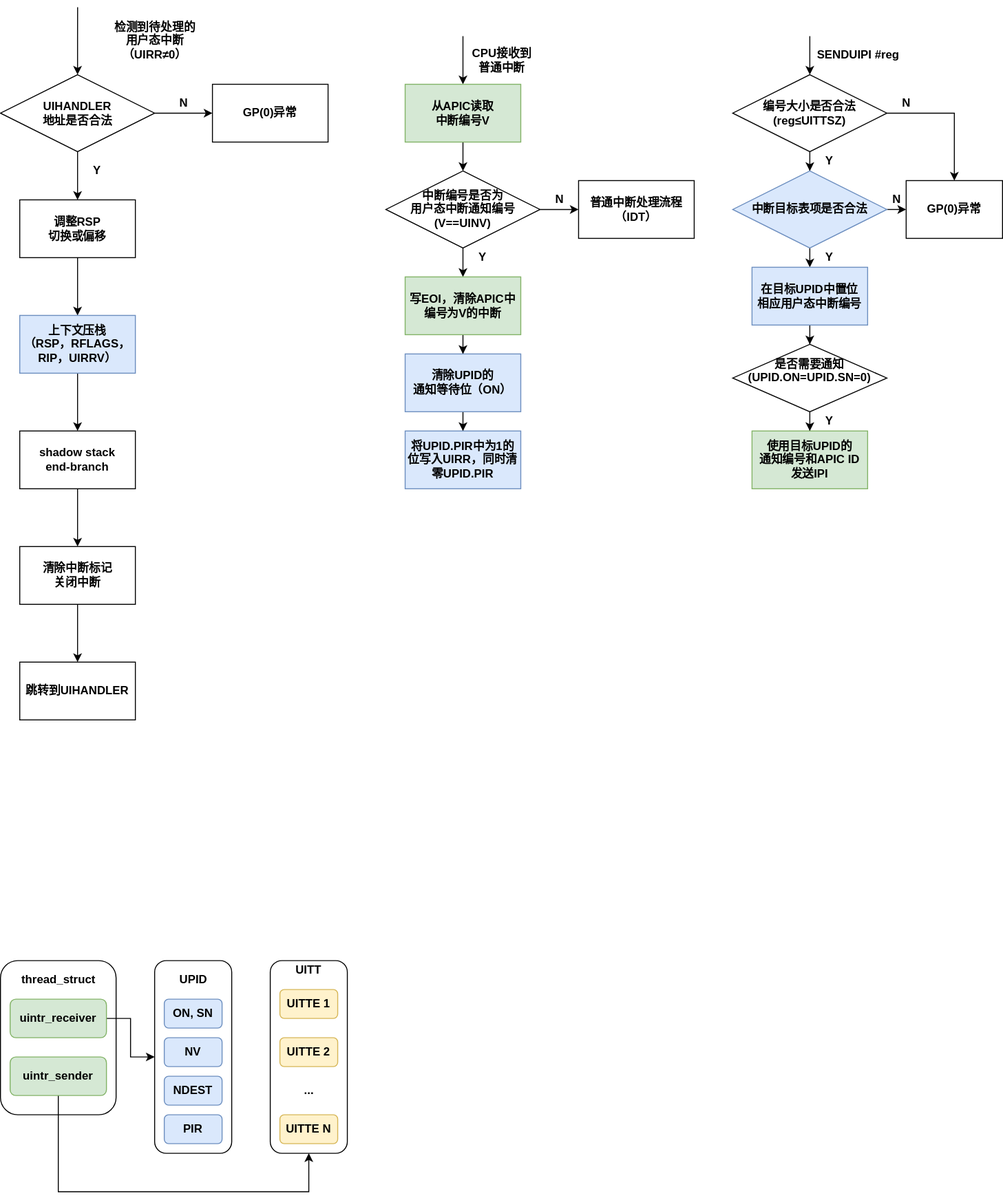
Earlier version of the draw.io export assets/intel-uintr/notification.svg (Gallium70/rv-n-ext-impl). Source tidied: cells renumbered, new cells last; positions are measured from the earlier drawing's top-left corner, leaving out a move shared by most shapes.
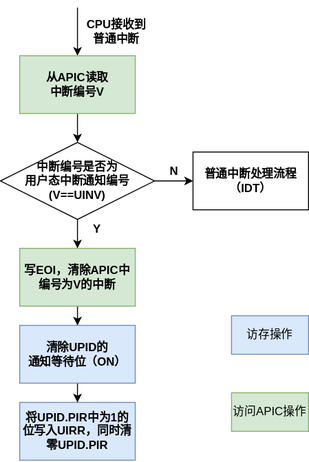
Later version of the same file.

What changed in the source:
```diff
@@ -2,70 +2,11 @@
   <root>
     <mxCell id="0" />
     <mxCell id="1" parent="0" />
-    <mxCell id="2" style="rounded=1;whiteSpace=wrap;html=1;fontStyle=1;" parent="1" vertex="1">
-      <mxGeometry x="280" y="990" width="80" height="200" as="geometry" />
-    </mxCell>
-    <mxCell id="3" style="rounded=1;whiteSpace=wrap;html=1;fontStyle=1;" parent="1" vertex="1">
-      <mxGeometry y="990" width="120" height="160" as="geometry" />
-    </mxCell>
-    <mxCell id="4" style="edgeStyle=orthogonalEdgeStyle;rounded=0;jettySize=auto;html=1;fontStyle=1;" parent="1" edge="1" source="5" target="14">
-      <mxGeometry relative="1" as="geometry" />
-    </mxCell>
-    <mxCell id="5" value="调整RSP&lt;br&gt;切换或偏移" style="rounded=0;whiteSpace=wrap;html=1;fontStyle=1;" parent="1" vertex="1">
-      <mxGeometry x="20" y="200" width="120" height="60" as="geometry" />
-    </mxCell>
-    <mxCell id="6" style="edgeStyle=orthogonalEdgeStyle;rounded=0;jettySize=auto;html=1;exitX=0.5;exitY=1;exitDx=0;exitDy=0;entryX=0.5;entryY=0;entryDx=0;entryDy=0;fontStyle=1;" parent="1" edge="1" source="9" target="5">
-      <mxGeometry relative="1" as="geometry" />
-    </mxCell>
-    <mxCell id="7" style="edgeStyle=orthogonalEdgeStyle;rounded=0;jettySize=auto;html=1;fontStyle=1;" parent="1" edge="1" source="9" target="11">
-      <mxGeometry relative="1" as="geometry" />
-    </mxCell>
-    <mxCell id="8" style="edgeStyle=orthogonalEdgeStyle;rounded=0;jettySize=auto;html=1;exitX=0.5;exitY=0;exitDx=0;exitDy=0;endArrow=none;endFill=0;startArrow=classic;startFill=1;fontStyle=1;" parent="1" edge="1" source="9">
-      <mxGeometry relative="1" as="geometry">
-        <mxPoint x="80.1" as="targetPoint" />
-      </mxGeometry>
-    </mxCell>
-    <mxCell id="9" value="UIHANDLER&lt;br&gt;地址是否合法" style="rhombus;whiteSpace=wrap;html=1;fontStyle=1;" parent="1" vertex="1">
-      <mxGeometry y="70" width="160" height="80" as="geometry" />
-    </mxCell>
-    <mxCell id="10" value="Y" style="text;html=1;align=center;verticalAlign=middle;strokeColor=none;fontStyle=1;" parent="1" vertex="1">
-      <mxGeometry x="90" y="160" width="20" height="20" as="geometry" />
-    </mxCell>
-    <mxCell id="11" value="GP(0)异常" style="whiteSpace=wrap;html=1;fontStyle=1;" parent="1" vertex="1">
-      <mxGeometry x="220" y="80" width="120" height="60" as="geometry" />
-    </mxCell>
-    <mxCell id="12" value="N" style="text;html=1;align=center;verticalAlign=middle;strokeColor=none;fontStyle=1;" parent="1" vertex="1">
-      <mxGeometry x="180" y="90" width="20" height="20" as="geometry" />
-    </mxCell>
-    <mxCell id="13" style="edgeStyle=orthogonalEdgeStyle;rounded=0;jettySize=auto;html=1;fontStyle=1;" parent="1" edge="1" source="14" target="16">
-      <mxGeometry relative="1" as="geometry" />
-    </mxCell>
-    <mxCell id="14" value="上下文压栈&lt;br&gt;（RSP，RFLAGS，RIP，UIRRV）" style="rounded=0;whiteSpace=wrap;html=1;fillColor=#dae8fc;strokeColor=#6c8ebf;fontStyle=1;" parent="1" vertex="1">
-      <mxGeometry x="20" y="320" width="120" height="60" as="geometry" />
-    </mxCell>
-    <mxCell id="15" style="edgeStyle=orthogonalEdgeStyle;rounded=0;jettySize=auto;html=1;fontStyle=1;" parent="1" edge="1" source="16" target="18">
-      <mxGeometry relative="1" as="geometry" />
-    </mxCell>
-    <mxCell id="16" value="shadow stack&lt;br&gt;end-branch" style="rounded=0;whiteSpace=wrap;html=1;fontStyle=1;" parent="1" vertex="1">
-      <mxGeometry x="20" y="440" width="120" height="60" as="geometry" />
-    </mxCell>
-    <mxCell id="17" style="edgeStyle=orthogonalEdgeStyle;rounded=0;jettySize=auto;html=1;fontStyle=1;" parent="1" edge="1" source="18" target="19">
-      <mxGeometry relative="1" as="geometry" />
-    </mxCell>
-    <mxCell id="18" value="清除中断标记&lt;br&gt;关闭中断" style="whiteSpace=wrap;html=1;rounded=0;fontStyle=1;" parent="1" vertex="1">
-      <mxGeometry x="20" y="560" width="120" height="60" as="geometry" />
-    </mxCell>
-    <mxCell id="19" value="跳转到UIHANDLER" style="whiteSpace=wrap;html=1;rounded=0;fontStyle=1;" parent="1" vertex="1">
-      <mxGeometry x="20" y="680" width="120" height="60" as="geometry" />
-    </mxCell>
-    <mxCell id="20" value="检测到待处理的&lt;br&gt;用户态中断&lt;br&gt;（UIRR≠0）" style="text;html=1;align=center;verticalAlign=middle;strokeColor=none;fontStyle=1;" parent="1" vertex="1">
-      <mxGeometry x="110" y="10" width="100" height="50" as="geometry" />
-    </mxCell>
-    <mxCell id="21" style="edgeStyle=orthogonalEdgeStyle;rounded=0;jettySize=auto;html=1;exitX=0.5;exitY=0;exitDx=0;exitDy=0;startArrow=classic;startFill=1;endArrow=none;endFill=0;fontStyle=1;" parent="1" edge="1" source="23">
-      <mxGeometry relative="1" as="geometry">
-        <mxPoint x="480" y="30" as="targetPoint" />
-      </mxGeometry>
-    </mxCell>
+    <mxCell id="71" style="edgeStyle=orthogonalEdgeStyle;rounded=0;jettySize=auto;html=1;exitX=0.5;exitY=0;exitDx=0;exitDy=0;startArrow=classic;startFill=1;endArrow=none;endFill=0;fontStyle=1;" parent="1" edge="1" source="23">
+      <mxGeometry relative="1" as="geometry">
+        <mxPoint x="480" y="30" as="targetPoint" />
+      </mxGeometry>
+    </mxCell>
     <mxCell id="22" style="edgeStyle=orthogonalEdgeStyle;rounded=0;jettySize=auto;html=1;exitX=0.5;exitY=1;exitDx=0;exitDy=0;entryX=0.5;entryY=0;entryDx=0;entryDy=0;startArrow=none;startFill=0;endArrow=classic;endFill=1;fontStyle=1;" parent="1" edge="1" source="23" target="27">
       <mxGeometry relative="1" as="geometry" />
     </mxCell>
@@ -108,121 +49,11 @@
     <mxCell id="35" value="将UPID.PIR中为1的位写入UIRR，同时清零UPID.PIR" style="whiteSpace=wrap;html=1;fillColor=#dae8fc;strokeColor=#6c8ebf;fontStyle=1;" parent="1" vertex="1">
       <mxGeometry x="420" y="440" width="120" height="60" as="geometry" />
     </mxCell>
-    <mxCell id="36" style="edgeStyle=orthogonalEdgeStyle;rounded=0;jettySize=auto;html=1;exitX=0.5;exitY=0;exitDx=0;exitDy=0;startArrow=classic;startFill=1;endArrow=none;endFill=0;fontStyle=1;" parent="1" edge="1" source="39">
-      <mxGeometry relative="1" as="geometry">
-        <mxPoint x="840" y="30" as="targetPoint" />
-      </mxGeometry>
-    </mxCell>
-    <mxCell id="37" style="edgeStyle=orthogonalEdgeStyle;rounded=0;jettySize=auto;html=1;startArrow=none;startFill=0;endArrow=classic;endFill=1;fontStyle=1;" parent="1" edge="1" source="39" target="41">
-      <mxGeometry relative="1" as="geometry" />
-    </mxCell>
-    <mxCell id="38" style="edgeStyle=orthogonalEdgeStyle;rounded=0;jettySize=auto;html=1;startArrow=none;startFill=0;endArrow=classic;endFill=1;fontStyle=1;" parent="1" edge="1" source="39" target="45">
-      <mxGeometry relative="1" as="geometry" />
-    </mxCell>
-    <mxCell id="39" value="编号大小是否合法&lt;br&gt;(reg≤UITTSZ)" style="rhombus;whiteSpace=wrap;html=1;fontStyle=1;" parent="1" vertex="1">
-      <mxGeometry x="760" y="70" width="160" height="80" as="geometry" />
-    </mxCell>
-    <mxCell id="40" value="SENDUIPI #reg" style="text;html=1;align=center;verticalAlign=middle;strokeColor=none;fontStyle=1;" parent="1" vertex="1">
-      <mxGeometry x="840" y="40" width="100" height="20" as="geometry" />
-    </mxCell>
-    <mxCell id="41" value="&lt;span&gt;GP(0)异常&lt;/span&gt;" style="whiteSpace=wrap;html=1;fontStyle=1;" parent="1" vertex="1">
-      <mxGeometry x="940" y="180" width="100" height="60" as="geometry" />
-    </mxCell>
-    <mxCell id="42" value="N" style="text;html=1;align=center;verticalAlign=middle;strokeColor=none;fontStyle=1;" parent="1" vertex="1">
-      <mxGeometry x="930" y="90" width="20" height="20" as="geometry" />
-    </mxCell>
-    <mxCell id="43" style="edgeStyle=orthogonalEdgeStyle;rounded=0;jettySize=auto;html=1;exitX=1;exitY=0.5;exitDx=0;exitDy=0;entryX=0;entryY=0.5;entryDx=0;entryDy=0;startArrow=none;startFill=0;endArrow=classic;endFill=1;fontStyle=1;" parent="1" edge="1" source="45" target="41">
-      <mxGeometry relative="1" as="geometry" />
-    </mxCell>
-    <mxCell id="44" style="edgeStyle=orthogonalEdgeStyle;rounded=0;jettySize=auto;html=1;startArrow=none;startFill=0;endArrow=classic;endFill=1;fontStyle=1;" parent="1" edge="1" target="49">
-      <mxGeometry relative="1" as="geometry">
-        <mxPoint x="840" y="240" as="sourcePoint" />
-      </mxGeometry>
-    </mxCell>
-    <mxCell id="45" value="中断目标表项是否合法" style="rhombus;whiteSpace=wrap;html=1;fillColor=#dae8fc;strokeColor=#6c8ebf;fontStyle=1;" parent="1" vertex="1">
-      <mxGeometry x="760" y="170" width="160" height="80" as="geometry" />
-    </mxCell>
-    <mxCell id="46" value="N" style="text;html=1;align=center;verticalAlign=middle;strokeColor=none;fontStyle=1;" parent="1" vertex="1">
-      <mxGeometry x="920" y="190" width="20" height="20" as="geometry" />
-    </mxCell>
-    <mxCell id="47" value="Y" style="text;html=1;align=center;verticalAlign=middle;strokeColor=none;fontStyle=1;" parent="1" vertex="1">
-      <mxGeometry x="850" y="150" width="20" height="20" as="geometry" />
-    </mxCell>
-    <mxCell id="48" style="edgeStyle=orthogonalEdgeStyle;rounded=0;jettySize=auto;html=1;startArrow=none;startFill=0;endArrow=classic;endFill=1;entryX=0.5;entryY=0;entryDx=0;entryDy=0;fontStyle=1;" parent="1" edge="1" source="49" target="51">
-      <mxGeometry relative="1" as="geometry" />
-    </mxCell>
-    <mxCell id="49" value="在目标UPID中置位&lt;br&gt;相应用户态中断编号" style="whiteSpace=wrap;html=1;fillColor=#dae8fc;strokeColor=#6c8ebf;fontStyle=1;" parent="1" vertex="1">
-      <mxGeometry x="780" y="270" width="120" height="60" as="geometry" />
-    </mxCell>
-    <mxCell id="50" style="edgeStyle=orthogonalEdgeStyle;rounded=0;jettySize=auto;html=1;startArrow=none;startFill=0;endArrow=classic;endFill=1;fontStyle=1;" parent="1" edge="1" target="52">
-      <mxGeometry relative="1" as="geometry">
-        <mxPoint x="840" y="420" as="sourcePoint" />
-      </mxGeometry>
-    </mxCell>
-    <mxCell id="51" value="是否需要通知&lt;br&gt;(UPID.ON=UPID.SN=0)&lt;br&gt;&amp;nbsp;" style="rhombus;whiteSpace=wrap;html=1;fontStyle=1;" parent="1" vertex="1">
-      <mxGeometry x="760" y="350" width="160" height="70" as="geometry" />
-    </mxCell>
-    <mxCell id="52" value="使用目标UPID的&lt;br&gt;通知编号和APIC ID&lt;br&gt;发送IPI" style="whiteSpace=wrap;html=1;fillColor=#d5e8d4;strokeColor=#82b366;fontStyle=1;" parent="1" vertex="1">
-      <mxGeometry x="780" y="440" width="120" height="60" as="geometry" />
-    </mxCell>
-    <mxCell id="53" value="Y" style="text;html=1;align=center;verticalAlign=middle;strokeColor=none;fontStyle=1;" parent="1" vertex="1">
-      <mxGeometry x="850" y="420" width="20" height="20" as="geometry" />
-    </mxCell>
-    <mxCell id="54" value="thread_struct" style="text;html=1;align=center;verticalAlign=middle;strokeColor=none;fontStyle=1;" parent="1" vertex="1">
-      <mxGeometry x="15" y="1000" width="90" height="20" as="geometry" />
-    </mxCell>
-    <mxCell id="55" value="UITT" style="text;html=1;strokeColor=none;fillColor=none;align=center;verticalAlign=middle;whiteSpace=wrap;rounded=0;fontStyle=1;" parent="1" vertex="1">
-      <mxGeometry x="300" y="990" width="40" height="20" as="geometry" />
-    </mxCell>
-    <mxCell id="56" style="edgeStyle=orthogonalEdgeStyle;rounded=0;jettySize=auto;html=1;startArrow=none;startFill=0;endArrow=classic;endFill=1;fontStyle=1;" parent="1" edge="1" source="57" target="60">
-      <mxGeometry relative="1" as="geometry" />
-    </mxCell>
-    <mxCell id="57" value="uintr_receiver" style="rounded=1;whiteSpace=wrap;html=1;fillColor=#d5e8d4;strokeColor=#82b366;fontStyle=1;" parent="1" vertex="1">
-      <mxGeometry x="10" y="1030" width="100" height="40" as="geometry" />
-    </mxCell>
-    <mxCell id="58" style="edgeStyle=orthogonalEdgeStyle;rounded=0;jettySize=auto;html=1;startArrow=none;startFill=0;endArrow=classic;endFill=1;fontStyle=1;" parent="1" edge="1" source="59" target="2">
-      <mxGeometry relative="1" as="geometry">
-        <Array as="points">
-          <mxPoint x="60" y="1230" />
-          <mxPoint x="320" y="1230" />
-        </Array>
-      </mxGeometry>
-    </mxCell>
-    <mxCell id="59" value="uintr_sender" style="rounded=1;whiteSpace=wrap;html=1;fillColor=#d5e8d4;strokeColor=#82b366;fontStyle=1;" parent="1" vertex="1">
-      <mxGeometry x="10" y="1090" width="100" height="40" as="geometry" />
-    </mxCell>
-    <mxCell id="60" style="rounded=1;whiteSpace=wrap;html=1;fontStyle=1;" parent="1" vertex="1">
-      <mxGeometry x="160" y="990" width="80" height="200" as="geometry" />
-    </mxCell>
-    <mxCell id="61" value="UITTE 1" style="rounded=1;whiteSpace=wrap;html=1;fillColor=#fff2cc;strokeColor=#d6b656;fontStyle=1;" parent="1" vertex="1">
-      <mxGeometry x="290" y="1020" width="60" height="30" as="geometry" />
-    </mxCell>
-    <mxCell id="62" value="UITTE 2" style="rounded=1;whiteSpace=wrap;html=1;fillColor=#fff2cc;strokeColor=#d6b656;fontStyle=1;" parent="1" vertex="1">
-      <mxGeometry x="290" y="1070" width="60" height="30" as="geometry" />
-    </mxCell>
-    <mxCell id="63" value="UITTE N" style="rounded=1;whiteSpace=wrap;html=1;fillColor=#fff2cc;strokeColor=#d6b656;fontStyle=1;" parent="1" vertex="1">
-      <mxGeometry x="290" y="1150" width="60" height="30" as="geometry" />
-    </mxCell>
-    <mxCell id="64" value="..." style="text;html=1;align=center;verticalAlign=middle;strokeColor=none;fontStyle=1;" parent="1" vertex="1">
-      <mxGeometry x="305" y="1115" width="30" height="20" as="geometry" />
-    </mxCell>
-    <mxCell id="65" value="ON, SN" style="rounded=1;whiteSpace=wrap;html=1;fillColor=#dae8fc;strokeColor=#6c8ebf;fontStyle=1;" parent="1" vertex="1">
-      <mxGeometry x="170" y="1030" width="60" height="30" as="geometry" />
-    </mxCell>
-    <mxCell id="66" value="NV" style="rounded=1;whiteSpace=wrap;html=1;fillColor=#dae8fc;strokeColor=#6c8ebf;fontStyle=1;" parent="1" vertex="1">
-      <mxGeometry x="170" y="1070" width="60" height="30" as="geometry" />
-    </mxCell>
-    <mxCell id="67" value="NDEST" style="rounded=1;whiteSpace=wrap;html=1;fillColor=#dae8fc;strokeColor=#6c8ebf;fontStyle=1;" parent="1" vertex="1">
-      <mxGeometry x="170" y="1110" width="60" height="30" as="geometry" />
-    </mxCell>
-    <mxCell id="68" value="PIR" style="rounded=1;whiteSpace=wrap;html=1;fillColor=#dae8fc;strokeColor=#6c8ebf;fontStyle=1;" parent="1" vertex="1">
-      <mxGeometry x="170" y="1150" width="60" height="30" as="geometry" />
-    </mxCell>
-    <mxCell id="69" value="UPID" style="text;html=1;align=center;verticalAlign=middle;strokeColor=none;fontStyle=1;" parent="1" vertex="1">
-      <mxGeometry x="180" y="1000" width="40" height="20" as="geometry" />
-    </mxCell>
-    <mxCell id="70" value="Y" style="text;html=1;align=center;verticalAlign=middle;strokeColor=none;fontStyle=1;" parent="1" vertex="1">
-      <mxGeometry x="850" y="250" width="20" height="20" as="geometry" />
-    </mxCell>
+    <mxCell id="72" value="访存操作" style="rounded=0;whiteSpace=wrap;html=1;fillColor=#dae8fc;strokeColor=#6c8ebf;" parent="1" vertex="1">
+      <mxGeometry x="640" y="350" width="80" height="40" as="geometry" />
+    </mxCell>
+    <mxCell id="73" value="访问APIC操作" style="rounded=0;whiteSpace=wrap;html=1;fillColor=#d5e8d4;strokeColor=#82b366;" parent="1" vertex="1">
+      <mxGeometry x="640" y="430" width="80" height="40" as="geometry" />
+    </mxCell>
   </root>
 </mxGraphModel>
```
